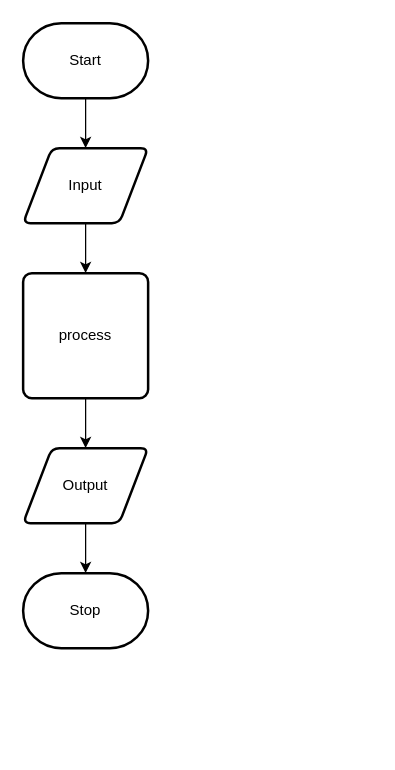
The draw.io diagram design/flow-chart.drawio in Liya-Getachew/ICS2O-Unit5-02-JS, before the edit. Source tidied: cells renumbered, new cells numbered last; positions are measured from the earlier drawing's top-left corner, leaving out a move shared by most shapes. Both pictures are drawn from the tidied source at 125%, with x=0, y=0 at pixel (22, 22).
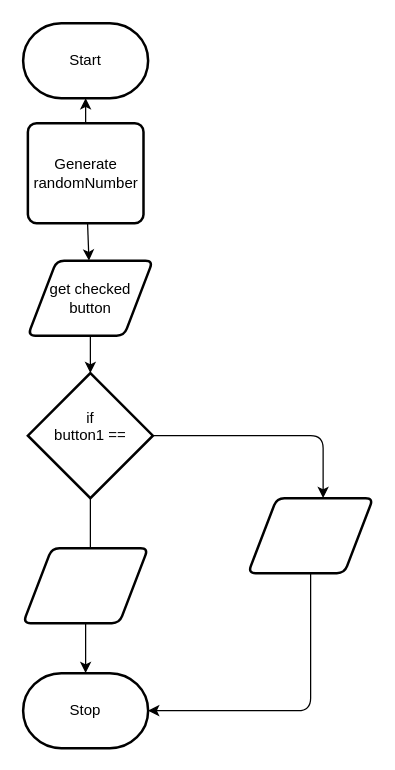
Above is the later version.

Commit message (it also covers changes not shown here):
chart and boards

What changed in the source:
```diff
@@
 <mxGraphModel>
   <root>
     <mxCell id="0" />
     <mxCell id="1" parent="0" />
-    <mxCell id="2" style="edgeStyle=none;html=1;" parent="1" edge="1" source="3" target="5">
-      <mxGeometry relative="1" as="geometry" />
-    </mxCell>
     <mxCell id="3" value="Start" style="strokeWidth=2;html=1;shape=mxgraph.flowchart.terminator;whiteSpace=wrap;" parent="1" vertex="1">
       <mxGeometry width="100" height="60" as="geometry" />
     </mxCell>
-    <mxCell id="4" style="edgeStyle=none;html=1;" parent="1" edge="1" source="5" target="7">
-      <mxGeometry relative="1" as="geometry" />
-    </mxCell>
-    <mxCell id="5" value="Input" style="shape=parallelogram;html=1;strokeWidth=2;perimeter=parallelogramPerimeter;whiteSpace=wrap;rounded=1;arcSize=12;size=0.23;" parent="1" vertex="1">
-      <mxGeometry y="100" width="100" height="60" as="geometry" />
-    </mxCell>
-    <mxCell id="6" style="edgeStyle=none;html=1;" parent="1" edge="1" source="7" target="9">
-      <mxGeometry relative="1" as="geometry" />
-    </mxCell>
-    <mxCell id="7" value="process" style="rounded=1;whiteSpace=wrap;html=1;absoluteArcSize=1;arcSize=14;strokeWidth=2;" parent="1" vertex="1">
-      <mxGeometry y="200" width="100" height="100" as="geometry" />
-    </mxCell>
-    <mxCell id="8" style="edgeStyle=none;html=1;" parent="1" edge="1" source="9" target="10">
-      <mxGeometry relative="1" as="geometry" />
-    </mxCell>
+    <mxCell id="11" style="edgeStyle=none;html=1;entryX=0.5;entryY=0;entryDx=0;entryDy=0;entryPerimeter=0;" parent="1" edge="1" source="9" target="17">
+      <mxGeometry relative="1" as="geometry" />
+    </mxCell>
-    <mxCell id="9" value="Output" style="shape=parallelogram;html=1;strokeWidth=2;perimeter=parallelogramPerimeter;whiteSpace=wrap;rounded=1;arcSize=12;size=0.23;" parent="1" vertex="1">
-      <mxGeometry y="340" width="100" height="60" as="geometry" />
+    <mxCell id="9" value="get checked&lt;br&gt;button" style="shape=parallelogram;html=1;strokeWidth=2;perimeter=parallelogramPerimeter;whiteSpace=wrap;rounded=1;arcSize=12;size=0.23;" parent="1" vertex="1">
+      <mxGeometry x="3.8" y="190" width="100" height="60" as="geometry" />
     </mxCell>
     <mxCell id="10" value="Stop" style="strokeWidth=2;html=1;shape=mxgraph.flowchart.terminator;whiteSpace=wrap;" parent="1" vertex="1">
-      <mxGeometry y="440" width="100" height="60" as="geometry" />
+      <mxGeometry y="520" width="100" height="60" as="geometry" />
     </mxCell>
+    <mxCell id="12" style="edgeStyle=none;html=1;entryX=0.5;entryY=1;entryDx=0;entryDy=0;entryPerimeter=0;" parent="1" edge="1" source="14" target="3">
+      <mxGeometry relative="1" as="geometry" />
+    </mxCell>
+    <mxCell id="13" style="edgeStyle=none;html=1;" parent="1" edge="1" source="14" target="9">
+      <mxGeometry relative="1" as="geometry" />
+    </mxCell>
+    <mxCell id="14" value="Generate&lt;br&gt;randomNumber" style="rounded=1;whiteSpace=wrap;html=1;absoluteArcSize=1;arcSize=14;strokeWidth=2;" parent="1" vertex="1">
+      <mxGeometry x="3.8" y="80" width="92.5" height="80" as="geometry" />
+    </mxCell>
+    <mxCell id="15" style="edgeStyle=orthogonalEdgeStyle;html=1;entryX=0.6;entryY=0;entryDx=0;entryDy=0;entryPerimeter=0;" parent="1" edge="1" source="17" target="19">
+      <mxGeometry relative="1" as="geometry" />
+    </mxCell>
+    <mxCell id="16" style="edgeStyle=orthogonalEdgeStyle;html=1;entryX=0.538;entryY=0.167;entryDx=0;entryDy=0;entryPerimeter=0;" parent="1" edge="1" source="17" target="21">
+      <mxGeometry relative="1" as="geometry" />
+    </mxCell>
+    <mxCell id="17" value="if&lt;br&gt;button1 ==&lt;br&gt;&lt;br&gt;" style="strokeWidth=2;html=1;shape=mxgraph.flowchart.decision;whiteSpace=wrap;" parent="1" vertex="1">
+      <mxGeometry x="3.8" y="280" width="100" height="100" as="geometry" />
+    </mxCell>
+    <mxCell id="18" style="edgeStyle=elbowEdgeStyle;html=1;entryX=1;entryY=0.5;entryDx=0;entryDy=0;entryPerimeter=0;elbow=vertical;" parent="1" edge="1" source="19" target="10">
+      <mxGeometry relative="1" as="geometry">
+        <Array as="points">
+          <mxPoint x="150" y="550" />
+        </Array>
+      </mxGeometry>
+    </mxCell>
+    <mxCell id="19" style="shape=parallelogram;html=1;strokeWidth=2;perimeter=parallelogramPerimeter;whiteSpace=wrap;rounded=1;arcSize=12;size=0.23;" parent="1" vertex="1">
+      <mxGeometry x="180" y="380" width="100" height="60" as="geometry" />
+    </mxCell>
+    <mxCell id="20" style="edgeStyle=orthogonalEdgeStyle;html=1;" parent="1" edge="1" source="21" target="10">
+      <mxGeometry relative="1" as="geometry" />
+    </mxCell>
+    <mxCell id="21" style="shape=parallelogram;html=1;strokeWidth=2;perimeter=parallelogramPerimeter;whiteSpace=wrap;rounded=1;arcSize=12;size=0.23;" parent="1" vertex="1">
+      <mxGeometry y="420" width="100" height="60" as="geometry" />
+    </mxCell>
   </root>
 </mxGraphModel>
```
